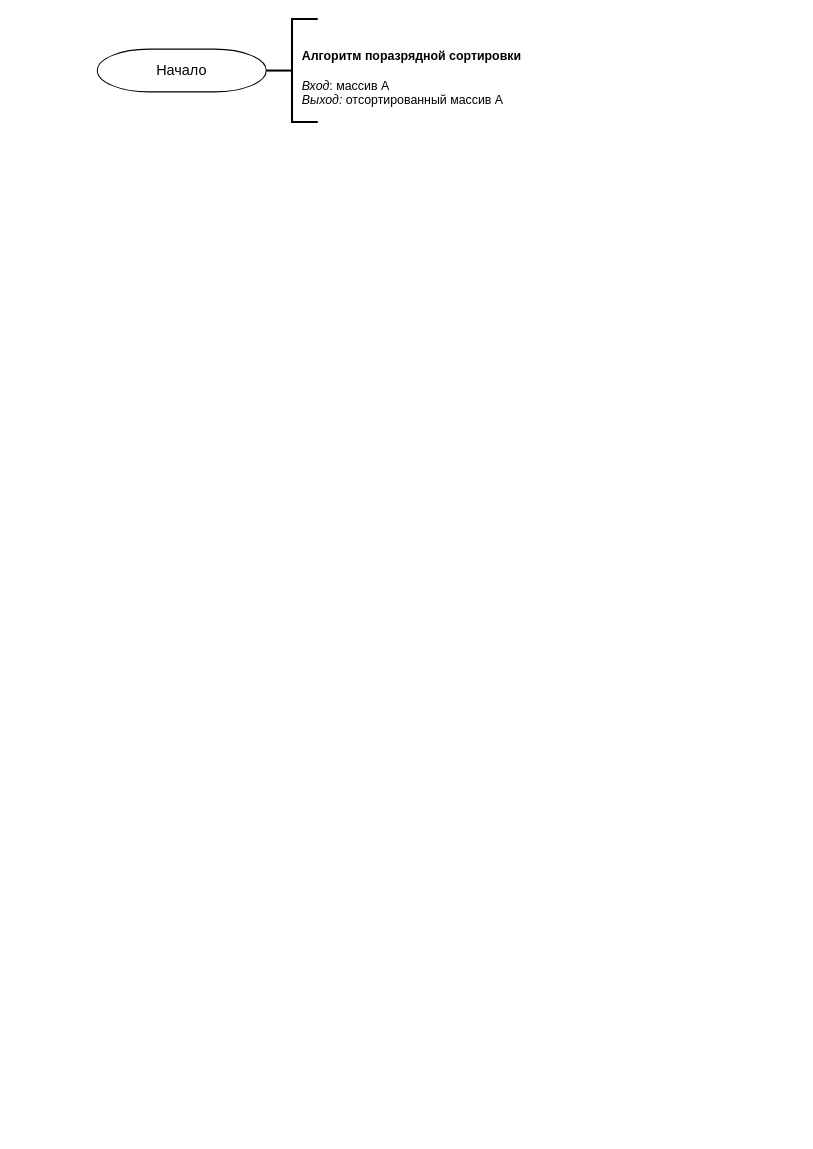
Above: page "Поразрядная сортировка1" (1 of 3) of lab_03/report/schemes/algorithms.drawio in mshsvnv/AlgorithmAnalysis (draw.io), before the change. Source tidied: cells renumbered, new cells numbered last; positions are measured from the earlier drawing's top-left corner, leaving out a move shared by most shapes. Both pictures are drawn from the tidied source at 103%, with x=0, y=0 at pixel (97, 19).
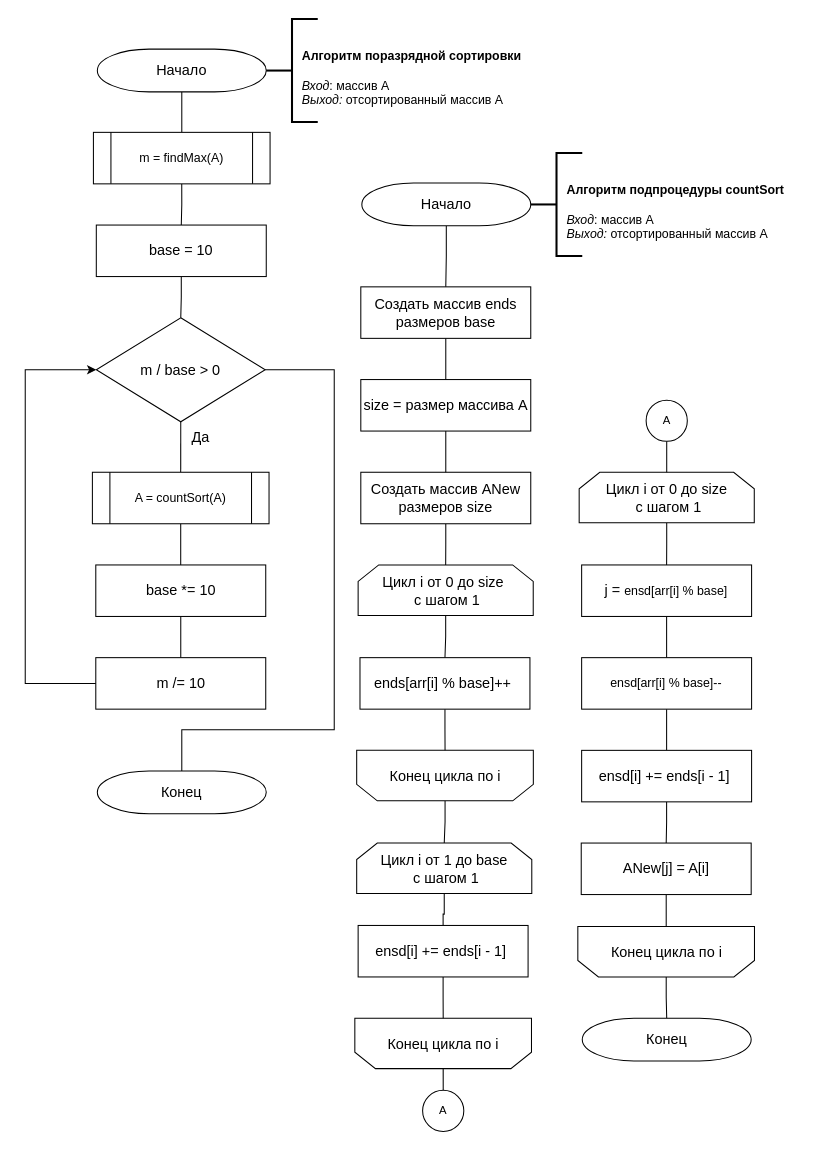
The same page after the edit.

Unchanged cells that the change refers to:
```xml
<mxCell id="3" value="&lt;font style=&quot;font-size: 14px;&quot;&gt;Начало&lt;/font&gt;" style="strokeWidth=1;html=1;shape=mxgraph.flowchart.terminator;whiteSpace=wrap;" parent="1" vertex="1">
  <mxGeometry y="29.2" width="164" height="41.5" as="geometry" />
</mxCell>
```

What changed in the source:
```diff
@@
+    <mxCell id="5" style="edgeStyle=orthogonalEdgeStyle;rounded=0;jettySize=auto;html=1;exitX=0.5;exitY=1;exitDx=0;exitDy=0;exitPerimeter=0;endArrow=none;endFill=0;" parent="1" edge="1" source="3" target="7">
+      <mxGeometry relative="1" as="geometry" />
+    </mxCell>
@@
+    <mxCell id="6" style="edgeStyle=orthogonalEdgeStyle;rounded=0;jettySize=auto;html=1;exitX=0.5;exitY=1;exitDx=0;exitDy=0;endArrow=none;endFill=0;" parent="1" edge="1" source="7" target="9">
+      <mxGeometry relative="1" as="geometry" />
+    </mxCell>
+    <mxCell id="7" value="m = findMax(A)" style="shape=process;whiteSpace=wrap;html=1;backgroundOutline=1;" parent="1" vertex="1">
+      <mxGeometry x="-3.8" y="110" width="171.5" height="50" as="geometry" />
+    </mxCell>
+    <mxCell id="8" style="edgeStyle=orthogonalEdgeStyle;rounded=0;jettySize=auto;html=1;exitX=0.5;exitY=1;exitDx=0;exitDy=0;endArrow=none;endFill=0;" parent="1" edge="1" source="9" target="11">
+      <mxGeometry relative="1" as="geometry" />
+    </mxCell>
+    <mxCell id="9" value="&lt;span style=&quot;font-size: 14px;&quot;&gt;base = 10&lt;/span&gt;" style="rounded=0;whiteSpace=wrap;html=1;absoluteArcSize=1;arcSize=14;strokeWidth=1;" parent="1" vertex="1">
+      <mxGeometry x="-1" y="200" width="165" height="50" as="geometry" />
+    </mxCell>
+    <mxCell id="10" style="edgeStyle=orthogonalEdgeStyle;rounded=0;jettySize=auto;html=1;exitX=0.5;exitY=1;exitDx=0;exitDy=0;exitPerimeter=0;entryX=0.5;entryY=0;entryDx=0;entryDy=0;endArrow=none;endFill=0;" parent="1" edge="1" source="11" target="13">
+      <mxGeometry relative="1" as="geometry" />
+    </mxCell>
+    <mxCell id="11" value="&lt;span style=&quot;font-size: 14px;&quot;&gt;m / base &amp;gt; 0&lt;/span&gt;" style="strokeWidth=1;html=1;shape=mxgraph.flowchart.decision;whiteSpace=wrap;rounded=0;fontSize=11;" parent="1" vertex="1">
+      <mxGeometry x="-1" y="290" width="164" height="101" as="geometry" />
+    </mxCell>
+    <mxCell id="12" style="edgeStyle=orthogonalEdgeStyle;rounded=0;jettySize=auto;html=1;exitX=0.5;exitY=1;exitDx=0;exitDy=0;endArrow=none;endFill=0;" parent="1" edge="1" source="13" target="15">
+      <mxGeometry relative="1" as="geometry" />
+    </mxCell>
+    <mxCell id="13" value="A = countSort(A)" style="shape=process;whiteSpace=wrap;html=1;backgroundOutline=1;" parent="1" vertex="1">
+      <mxGeometry x="-4.8" y="440" width="171.5" height="50" as="geometry" />
+    </mxCell>
+    <mxCell id="14" style="edgeStyle=orthogonalEdgeStyle;rounded=0;jettySize=auto;html=1;endArrow=none;endFill=0;" parent="1" edge="1" source="15" target="16">
+      <mxGeometry relative="1" as="geometry" />
+    </mxCell>
+    <mxCell id="15" value="&lt;span style=&quot;font-size: 14px;&quot;&gt;base *= 10&lt;/span&gt;" style="rounded=0;whiteSpace=wrap;html=1;absoluteArcSize=1;arcSize=14;strokeWidth=1;" parent="1" vertex="1">
+      <mxGeometry x="-1.5" y="530" width="165" height="50" as="geometry" />
+    </mxCell>
+    <mxCell id="16" value="&lt;span style=&quot;font-size: 14px;&quot;&gt;m /= 10&lt;/span&gt;" style="rounded=0;whiteSpace=wrap;html=1;absoluteArcSize=1;arcSize=14;strokeWidth=1;" parent="1" vertex="1">
+      <mxGeometry x="-1.5" y="620" width="165" height="50" as="geometry" />
+    </mxCell>
+    <mxCell id="17" value="&lt;span style=&quot;font-size: 14px;&quot;&gt;Конец&lt;/span&gt;" style="strokeWidth=1;html=1;shape=mxgraph.flowchart.terminator;whiteSpace=wrap;" parent="1" vertex="1">
+      <mxGeometry y="730" width="164" height="41.5" as="geometry" />
+    </mxCell>
+    <mxCell id="18" style="edgeStyle=orthogonalEdgeStyle;rounded=0;jettySize=auto;html=1;entryX=0;entryY=0.5;entryDx=0;entryDy=0;entryPerimeter=0;" parent="1" edge="1" source="16" target="11">
+      <mxGeometry relative="1" as="geometry">
+        <Array as="points">
+          <mxPoint x="-70" y="645" />
+          <mxPoint x="-70" y="341" />
+        </Array>
+      </mxGeometry>
+    </mxCell>
+    <mxCell id="19" style="edgeStyle=orthogonalEdgeStyle;rounded=0;jettySize=auto;html=1;exitX=1;exitY=0.5;exitDx=0;exitDy=0;exitPerimeter=0;entryX=0.5;entryY=0;entryDx=0;entryDy=0;entryPerimeter=0;endArrow=none;endFill=0;" parent="1" edge="1" source="11" target="17">
+      <mxGeometry relative="1" as="geometry">
+        <Array as="points">
+          <mxPoint x="230" y="341" />
+          <mxPoint x="230" y="690" />
+          <mxPoint x="82" y="690" />
+        </Array>
+      </mxGeometry>
+    </mxCell>
+    <mxCell id="20" value="&lt;font style=&quot;font-size: 14px;&quot;&gt;Да&lt;/font&gt;" style="text;html=1;strokeColor=none;fillColor=none;align=left;verticalAlign=middle;whiteSpace=wrap;rounded=0;fontSize=11;fontFamily=Helvetica;fontColor=default;" parent="1" vertex="1">
+      <mxGeometry x="90" y="391" width="60" height="30" as="geometry" />
+    </mxCell>
+    <mxCell id="21" style="edgeStyle=orthogonalEdgeStyle;rounded=0;jettySize=auto;html=1;endArrow=none;endFill=0;" parent="1" edge="1" source="22" target="26">
+      <mxGeometry relative="1" as="geometry" />
+    </mxCell>
+    <mxCell id="22" value="&lt;span style=&quot;font-size: 14px;&quot;&gt;Создать массив ends размеров base&lt;/span&gt;" style="rounded=0;whiteSpace=wrap;html=1;absoluteArcSize=1;arcSize=14;strokeWidth=1;" parent="1" vertex="1">
+      <mxGeometry x="255.8" y="260" width="165" height="50" as="geometry" />
+    </mxCell>
+    <mxCell id="23" style="edgeStyle=orthogonalEdgeStyle;rounded=0;jettySize=auto;html=1;endArrow=none;endFill=0;" parent="1" edge="1" source="24" target="30">
+      <mxGeometry relative="1" as="geometry" />
+    </mxCell>
+    <mxCell id="24" value="&lt;span style=&quot;font-size: 14px;&quot;&gt;Создать массив ANew размеров size&lt;/span&gt;" style="rounded=0;whiteSpace=wrap;html=1;absoluteArcSize=1;arcSize=14;strokeWidth=1;" parent="1" vertex="1">
+      <mxGeometry x="255.8" y="440" width="165" height="50" as="geometry" />
+    </mxCell>
+    <mxCell id="25" style="edgeStyle=orthogonalEdgeStyle;rounded=0;jettySize=auto;html=1;endArrow=none;endFill=0;" parent="1" edge="1" source="26" target="24">
+      <mxGeometry relative="1" as="geometry" />
+    </mxCell>
+    <mxCell id="26" value="&lt;span style=&quot;font-size: 14px;&quot;&gt;size = размер массива A&lt;/span&gt;" style="rounded=0;whiteSpace=wrap;html=1;absoluteArcSize=1;arcSize=14;strokeWidth=1;" parent="1" vertex="1">
+      <mxGeometry x="255.8" y="350" width="165" height="50" as="geometry" />
+    </mxCell>
+    <mxCell id="27" style="edgeStyle=orthogonalEdgeStyle;rounded=0;jettySize=auto;html=1;endArrow=none;endFill=0;" parent="1" edge="1" source="28" target="36">
+      <mxGeometry relative="1" as="geometry" />
+    </mxCell>
+    <mxCell id="28" value="&lt;font style=&quot;font-size: 14px;&quot;&gt;Конец цикла по i&lt;/font&gt;" style="shape=loopLimit;whiteSpace=wrap;html=1;flipV=1;" parent="1" vertex="1">
+      <mxGeometry x="251.8" y="710" width="171.5" height="49" as="geometry" />
+    </mxCell>
+    <mxCell id="29" style="edgeStyle=orthogonalEdgeStyle;rounded=0;jettySize=auto;html=1;endArrow=none;endFill=0;" parent="1" edge="1" source="30" target="32">
+      <mxGeometry relative="1" as="geometry" />
+    </mxCell>
+    <mxCell id="30" value="&lt;font style=&quot;font-size: 14px;&quot;&gt;Цикл i от 0 до size&amp;nbsp;&lt;br&gt;&amp;nbsp;с шагом 1&lt;br&gt;&lt;/font&gt;" style="shape=loopLimit;whiteSpace=wrap;html=1;" parent="1" vertex="1">
+      <mxGeometry x="253.2" y="530" width="170" height="49" as="geometry" />
+    </mxCell>
+    <mxCell id="31" style="edgeStyle=orthogonalEdgeStyle;rounded=0;jettySize=auto;html=1;endArrow=none;endFill=0;" parent="1" edge="1" source="32" target="28">
+      <mxGeometry relative="1" as="geometry" />
+    </mxCell>
+    <mxCell id="32" value="&lt;span style=&quot;font-size: 14px;&quot;&gt;ends[arr[i] % base]++&amp;nbsp;&lt;/span&gt;" style="rounded=0;whiteSpace=wrap;html=1;absoluteArcSize=1;arcSize=14;strokeWidth=1;" parent="1" vertex="1">
+      <mxGeometry x="255" y="620" width="165" height="50" as="geometry" />
+    </mxCell>
+    <mxCell id="33" style="edgeStyle=orthogonalEdgeStyle;shape=connector;rounded=0;jettySize=auto;html=1;exitX=0.5;exitY=1;exitDx=0;exitDy=0;labelBackgroundColor=default;strokeColor=default;align=center;verticalAlign=middle;fontFamily=Helvetica;fontSize=11;fontColor=default;endArrow=none;endFill=0;" parent="1" edge="1" source="34" target="56">
+      <mxGeometry relative="1" as="geometry" />
+    </mxCell>
+    <mxCell id="34" value="&lt;font style=&quot;font-size: 14px;&quot;&gt;Конец цикла по i&lt;/font&gt;" style="shape=loopLimit;whiteSpace=wrap;html=1;flipV=1;" parent="1" vertex="1">
+      <mxGeometry x="250" y="970" width="171.5" height="49" as="geometry" />
+    </mxCell>
+    <mxCell id="35" style="edgeStyle=orthogonalEdgeStyle;rounded=0;jettySize=auto;html=1;endArrow=none;endFill=0;" parent="1" edge="1" source="36" target="38">
+      <mxGeometry relative="1" as="geometry" />
+    </mxCell>
+    <mxCell id="36" value="&lt;font style=&quot;font-size: 14px;&quot;&gt;Цикл i от 1 до base&lt;br&gt;&amp;nbsp;с шагом 1&lt;br&gt;&lt;/font&gt;" style="shape=loopLimit;whiteSpace=wrap;html=1;" parent="1" vertex="1">
+      <mxGeometry x="251.8" y="800" width="170" height="49" as="geometry" />
+    </mxCell>
+    <mxCell id="37" style="edgeStyle=orthogonalEdgeStyle;rounded=0;jettySize=auto;html=1;endArrow=none;endFill=0;" parent="1" edge="1" source="38" target="34">
+      <mxGeometry relative="1" as="geometry" />
+    </mxCell>
+    <mxCell id="38" value="&lt;span style=&quot;font-size: 14px;&quot;&gt;ensd[i] += ends[i - 1]&lt;/span&gt;&amp;nbsp;" style="rounded=0;whiteSpace=wrap;html=1;absoluteArcSize=1;arcSize=14;strokeWidth=1;" parent="1" vertex="1">
+      <mxGeometry x="253.2" y="880" width="165" height="50" as="geometry" />
+    </mxCell>
+    <mxCell id="39" style="edgeStyle=orthogonalEdgeStyle;shape=connector;rounded=0;jettySize=auto;html=1;labelBackgroundColor=default;strokeColor=default;align=center;verticalAlign=middle;fontFamily=Helvetica;fontSize=11;fontColor=default;endArrow=none;endFill=0;" parent="1" edge="1" source="40" target="55">
+      <mxGeometry relative="1" as="geometry" />
+    </mxCell>
+    <mxCell id="40" value="&lt;font style=&quot;font-size: 14px;&quot;&gt;Конец цикла по i&lt;/font&gt;" style="shape=loopLimit;whiteSpace=wrap;html=1;flipV=1;" parent="1" vertex="1">
+      <mxGeometry x="466.5" y="881" width="171.5" height="49" as="geometry" />
+    </mxCell>
+    <mxCell id="41" style="edgeStyle=orthogonalEdgeStyle;rounded=0;jettySize=auto;html=1;endArrow=none;endFill=0;" parent="1" edge="1" source="42" target="44">
+      <mxGeometry relative="1" as="geometry" />
+    </mxCell>
+    <mxCell id="42" value="&lt;font style=&quot;font-size: 14px;&quot;&gt;Цикл i от 0 до size&lt;br&gt;&amp;nbsp;с шагом 1&lt;br&gt;&lt;/font&gt;" style="shape=loopLimit;whiteSpace=wrap;html=1;" parent="1" vertex="1">
+      <mxGeometry x="467.8" y="440" width="170" height="49" as="geometry" />
+    </mxCell>
+    <mxCell id="43" style="edgeStyle=orthogonalEdgeStyle;shape=connector;rounded=0;jettySize=auto;html=1;labelBackgroundColor=default;strokeColor=default;align=center;verticalAlign=middle;fontFamily=Helvetica;fontSize=11;fontColor=default;endArrow=none;endFill=0;" parent="1" edge="1" source="44" target="46">
+      <mxGeometry relative="1" as="geometry" />
+    </mxCell>
+    <mxCell id="44" value="&lt;span style=&quot;font-size: 14px;&quot;&gt;j =&amp;nbsp;&lt;/span&gt;ensd[arr[i] % base]" style="rounded=0;whiteSpace=wrap;html=1;absoluteArcSize=1;arcSize=14;strokeWidth=1;" parent="1" vertex="1">
+      <mxGeometry x="470.2" y="530" width="165" height="50" as="geometry" />
+    </mxCell>
+    <mxCell id="45" style="edgeStyle=orthogonalEdgeStyle;shape=connector;rounded=0;jettySize=auto;html=1;labelBackgroundColor=default;strokeColor=default;align=center;verticalAlign=middle;fontFamily=Helvetica;fontSize=11;fontColor=default;endArrow=none;endFill=0;" parent="1" edge="1" source="46" target="48">
+      <mxGeometry relative="1" as="geometry" />
+    </mxCell>
+    <mxCell id="46" value="ensd[arr[i] % base]--" style="rounded=0;whiteSpace=wrap;html=1;absoluteArcSize=1;arcSize=14;strokeWidth=1;" parent="1" vertex="1">
+      <mxGeometry x="470.2" y="620" width="165" height="50" as="geometry" />
+    </mxCell>
+    <mxCell id="47" style="edgeStyle=orthogonalEdgeStyle;shape=connector;rounded=0;jettySize=auto;html=1;labelBackgroundColor=default;strokeColor=default;align=center;verticalAlign=middle;fontFamily=Helvetica;fontSize=11;fontColor=default;endArrow=none;endFill=0;" parent="1" edge="1" source="48" target="50">
+      <mxGeometry relative="1" as="geometry" />
+    </mxCell>
+    <mxCell id="48" value="&lt;span style=&quot;font-size: 14px;&quot;&gt;ensd[i] += ends[i - 1]&lt;/span&gt;&amp;nbsp;" style="rounded=0;whiteSpace=wrap;html=1;absoluteArcSize=1;arcSize=14;strokeWidth=1;" parent="1" vertex="1">
+      <mxGeometry x="470.2" y="710" width="165" height="50" as="geometry" />
+    </mxCell>
+    <mxCell id="49" style="edgeStyle=orthogonalEdgeStyle;shape=connector;rounded=0;jettySize=auto;html=1;labelBackgroundColor=default;strokeColor=default;align=center;verticalAlign=middle;fontFamily=Helvetica;fontSize=11;fontColor=default;endArrow=none;endFill=0;" parent="1" edge="1" source="50" target="40">
+      <mxGeometry relative="1" as="geometry" />
+    </mxCell>
+    <mxCell id="50" value="&lt;span style=&quot;font-size: 14px;&quot;&gt;ANew[j] = A[i]&lt;/span&gt;" style="rounded=0;whiteSpace=wrap;html=1;absoluteArcSize=1;arcSize=14;strokeWidth=1;" parent="1" vertex="1">
+      <mxGeometry x="469.8" y="800" width="165" height="50" as="geometry" />
+    </mxCell>
+    <mxCell id="51" value="&lt;br&gt;&lt;b style=&quot;&quot;&gt;Алгоритм подпроцедуры countSort&lt;br&gt;&amp;nbsp;&lt;/b&gt;&lt;br&gt;&lt;i style=&quot;&quot;&gt;Вход&lt;/i&gt;: массив A&lt;br&gt;&lt;i style=&quot;&quot;&gt;Выход: &lt;/i&gt;отсортированный массив A" style="text;html=1;strokeColor=none;fillColor=none;align=left;verticalAlign=middle;whiteSpace=wrap;rounded=0;" parent="1" vertex="1">
+      <mxGeometry x="453.8" y="165" width="223" height="30" as="geometry" />
+    </mxCell>
+    <mxCell id="52" style="edgeStyle=orthogonalEdgeStyle;rounded=0;jettySize=auto;html=1;endArrow=none;endFill=0;" parent="1" edge="1" source="53" target="22">
+      <mxGeometry relative="1" as="geometry" />
+    </mxCell>
+    <mxCell id="53" value="&lt;font style=&quot;font-size: 14px;&quot;&gt;Начало&lt;/font&gt;" style="strokeWidth=1;html=1;shape=mxgraph.flowchart.terminator;whiteSpace=wrap;" parent="1" vertex="1">
+      <mxGeometry x="256.8" y="159.2" width="164" height="41.5" as="geometry" />
+    </mxCell>
+    <mxCell id="54" style="strokeWidth=2;html=1;shape=mxgraph.flowchart.annotation_2;align=left;labelPosition=right;hachureGap=4;fontFamily=Architects Daughter;fontSize=20;" parent="1" vertex="1">
+      <mxGeometry x="420.8" y="130" width="50" height="100" as="geometry" />
+    </mxCell>
+    <mxCell id="55" value="&lt;font style=&quot;font-size: 14px;&quot;&gt;Конец&lt;/font&gt;" style="strokeWidth=1;html=1;shape=mxgraph.flowchart.terminator;whiteSpace=wrap;" parent="1" vertex="1">
+      <mxGeometry x="470.8" y="970" width="164" height="41.5" as="geometry" />
+    </mxCell>
+    <mxCell id="56" value="А" style="ellipse;whiteSpace=wrap;html=1;fontFamily=Helvetica;fontSize=11;fontColor=default;" parent="1" vertex="1">
+      <mxGeometry x="315.8" y="1040" width="40" height="40" as="geometry" />
+    </mxCell>
+    <mxCell id="57" style="edgeStyle=orthogonalEdgeStyle;shape=connector;rounded=0;jettySize=auto;html=1;labelBackgroundColor=default;strokeColor=default;align=center;verticalAlign=middle;fontFamily=Helvetica;fontSize=11;fontColor=default;endArrow=none;endFill=0;" parent="1" edge="1" source="58" target="42">
+      <mxGeometry relative="1" as="geometry" />
+    </mxCell>
+    <mxCell id="58" value="А" style="ellipse;whiteSpace=wrap;html=1;fontFamily=Helvetica;fontSize=11;fontColor=default;" parent="1" vertex="1">
+      <mxGeometry x="532.8" y="370" width="40" height="40" as="geometry" />
+    </mxCell>
```
